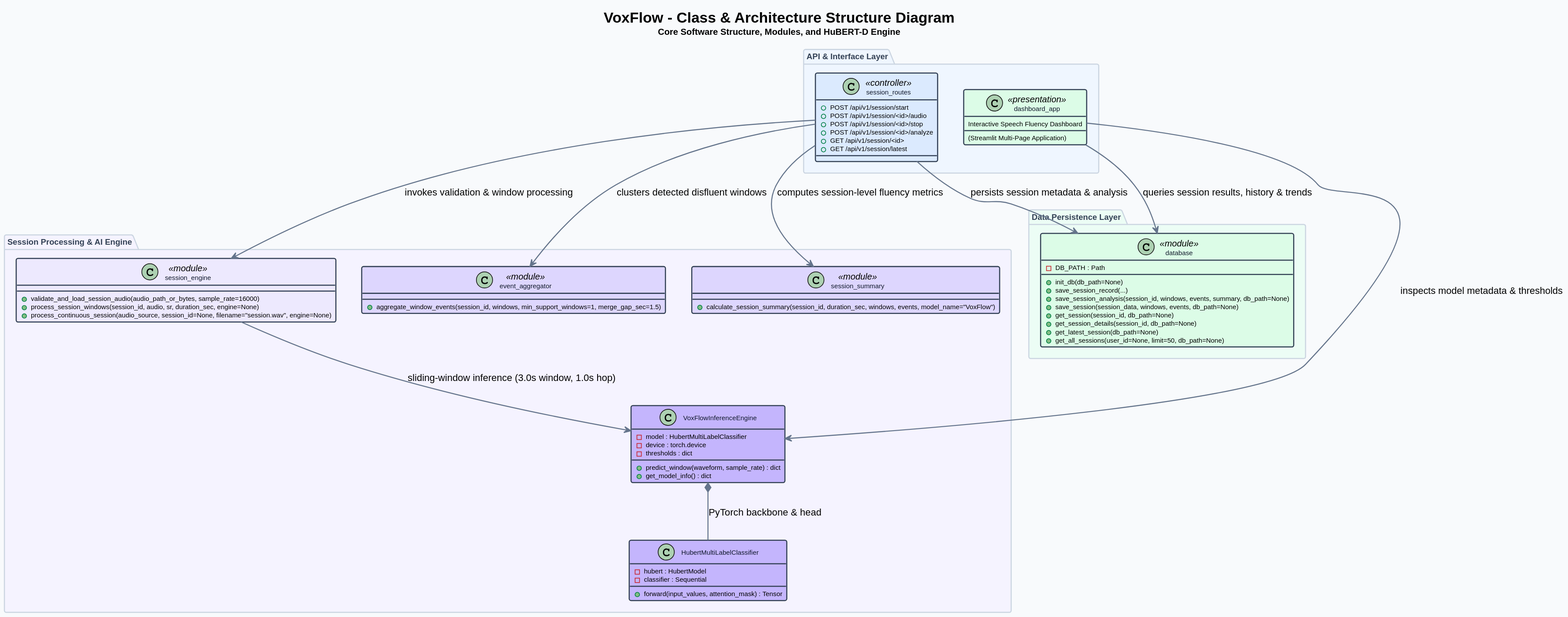
The PlantUML diagram VoxFlow_uml/VoxFlow_uml/png/uml/02_class.svg in PetaSivaNandhanReddy/voxflow, before a commit. The source it was exported from:
```plantuml
@startuml
title <size:20><b>VoxFlow - Class & Architecture Structure Diagram</b></size>\n<size:12>Core Software Structure, Modules, and HuBERT-D Engine</size>

skinparam backgroundColor #F8FAFC
skinparam shadowing false
skinparam dpi 170

skinparam class {
    BackgroundColor #FFFFFF
    BorderColor #334155
    BorderThickness 1.5
    FontColor #0F172A
    FontSize 10
    AttributeFontSize 9
    MethodFontSize 9
    ArrowColor #64748B
}

skinparam ArrowThickness 1.4

skinparam package {
    BackgroundColor #F8FAFC
    BorderColor #CBD5E1
    BorderThickness 1.5
    FontColor #334155
    FontSize 11
    FontStyle bold
}


package "API & Interface Layer" #EFF6FF {

    class "session_routes" as API <<controller>> #DBEAFE {
        + POST /api/v1/session/start
        + POST /api/v1/session/<id>/audio
        + POST /api/v1/session/<id>/stop
        + POST /api/v1/session/<id>/analyze
        + GET /api/v1/session/<id>
        + GET /api/v1/session/latest
    }

    class "dashboard_app" as UI <<presentation>> #DCFCE7 {
        Interactive Speech Fluency Dashboard
        (Streamlit Multi-Page Application)
    }
}


package "Session Processing & AI Engine" #F5F3FF {

    class "session_engine" as Engine <<module>> #EDE9FE {
        + validate_and_load_session_audio(audio_path_or_bytes, sample_rate=16000)
        + process_session_windows(session_id, audio, sr, duration_sec, engine=None)
        + process_continuous_session(audio_source, session_id=None, filename="session.wav", engine=None)
    }

    class "VoxFlowInferenceEngine" as InfEngine #C4B5FD {
        - model : HubertMultiLabelClassifier
        - device : torch.device
        - thresholds : dict
        + predict_window(waveform, sample_rate) : dict
        + get_model_info() : dict
    }

    class "HubertMultiLabelClassifier" as HubertModel #C4B5FD {
        - hubert : HubertModel
        - classifier : Sequential
        + forward(input_values, attention_mask) : Tensor
    }

    class "event_aggregator" as Aggregator <<module>> #DDD6FE {
        + aggregate_window_events(session_id, windows, min_support_windows=1, merge_gap_sec=1.5)
    }

    class "session_summary" as Summary <<module>> #DDD6FE {
        + calculate_session_summary(session_id, duration_sec, windows, events, model_name="VoxFlow")
    }
}


package "Data Persistence Layer" #ECFDF5 {

    class "database" as DB <<module>> #DCFCE7 {
        - DB_PATH : Path
        + init_db(db_path=None)
        + save_session_record(...)
        + save_session_analysis(session_id, windows, events, summary, db_path=None)
        + save_session(session_data, windows, events, db_path=None)
        + get_session(session_id, db_path=None)
        + get_session_details(session_id, db_path=None)
        + get_latest_session(db_path=None)
        + get_all_sessions(user_id=None, limit=50, db_path=None)
    }
}


API --> Engine : invokes validation & window processing
Engine --> InfEngine : sliding-window inference (3.0s window, 1.0s hop)
InfEngine *-- HubertModel : PyTorch backbone & head
API --> Aggregator : clusters detected disfluent windows
API --> Summary : computes session-level fluency metrics
API --> DB : persists session metadata & analysis

UI --> DB : queries session results, history & trends
UI --> InfEngine : inspects model metadata & thresholds
@enduml
```
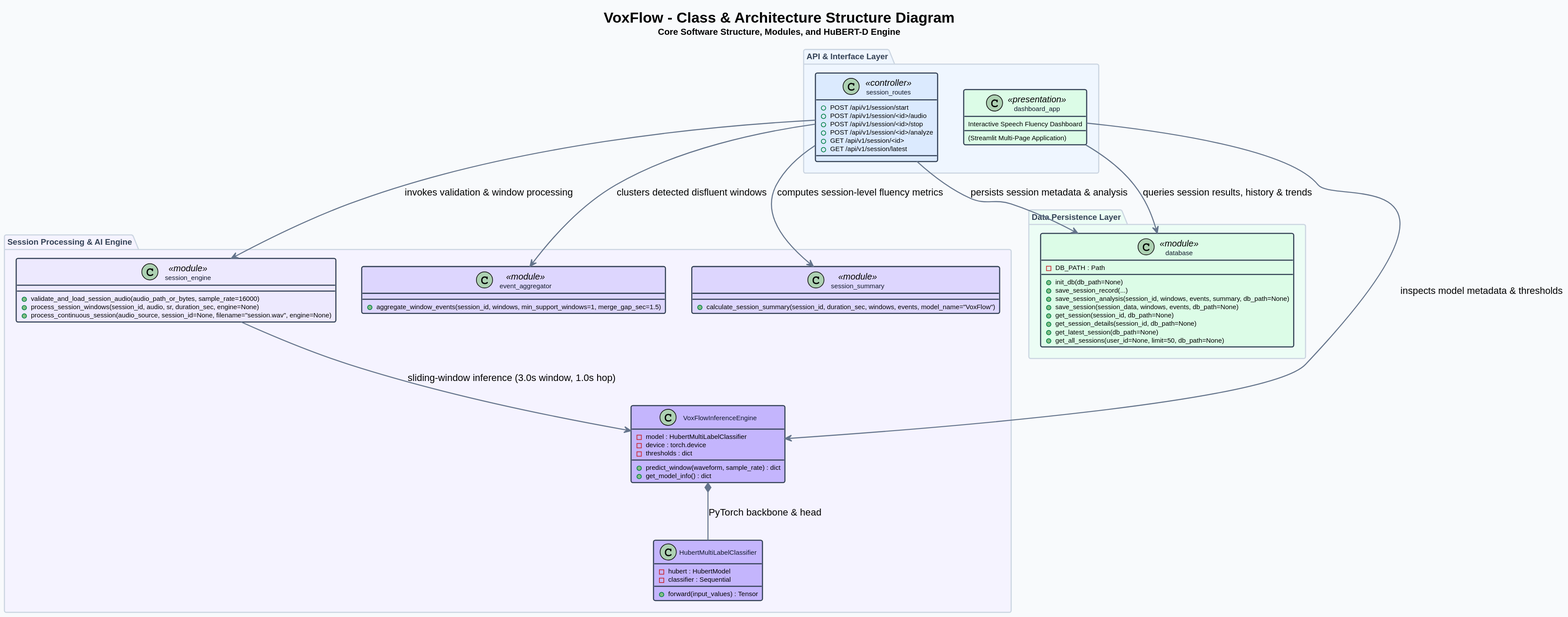
The same file after the commit.

Change to the diagram source:
```diff
@@ -65,7 +65,7 @@
     class "HubertMultiLabelClassifier" as HubertModel #C4B5FD {
         - hubert : HubertModel
         - classifier : Sequential
-        + forward(input_values, attention_mask) : Tensor
+        + forward(input_values) : Tensor
     }
 
     class "event_aggregator" as Aggregator <<module>> #DDD6FE {
```
